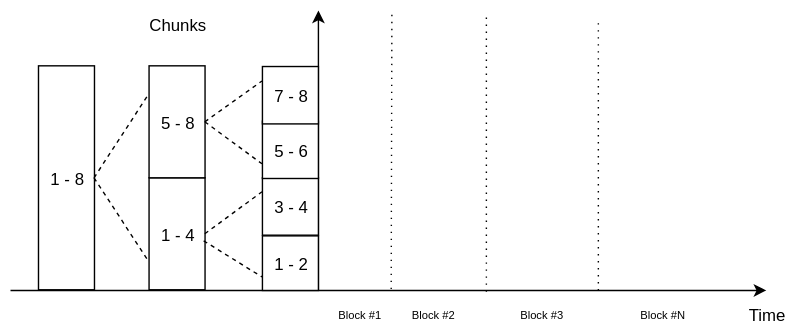
This is chunks-and-tree.svg from artall64/tmp-isao-images, a draw.io export, as it was before one commit. Source tidied: cells renumbered, new cells last; positions are measured from the earlier drawing's top-left corner, leaving out a move shared by most shapes.
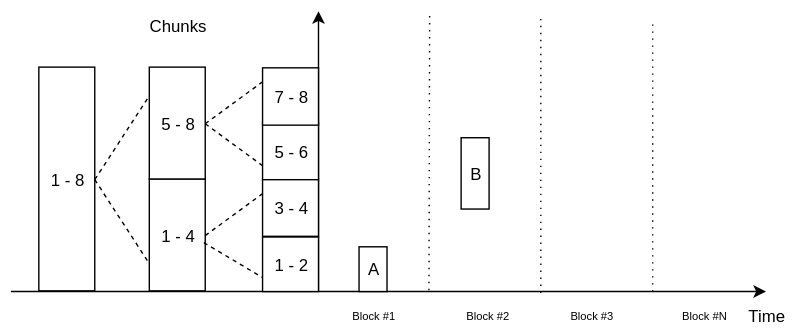
Later version of the same file.

Diff of the diagram source:
```diff
@@ -10,84 +10,90 @@
     </mxCell>
     <mxCell id="3" style="endArrow=classic;html=1;" parent="1" edge="1">
       <mxGeometry relative="1" as="geometry">
-        <mxPoint x="220" y="200" as="sourcePoint" />
-        <mxPoint x="220" as="targetPoint" />
+        <mxPoint x="220" y="199.5" as="sourcePoint" />
+        <mxPoint x="220" y="-0.5" as="targetPoint" />
       </mxGeometry>
     </mxCell>
+    <mxCell id="26" value="3 - 4" style="rounded=0;whiteSpace=wrap;html=1;fillColor=#ffffff;strokeColor=#000000;" parent="1" vertex="1">
+      <mxGeometry x="180" y="119.5" width="40" height="41" as="geometry" />
+    </mxCell>
+    <mxCell id="27" value="5 - 6" style="rounded=0;whiteSpace=wrap;html=1;fillColor=#ffffff;strokeColor=#000000;" parent="1" vertex="1">
+      <mxGeometry x="180" y="79" width="40" height="41" as="geometry" />
+    </mxCell>
+    <mxCell id="28" value="7 - 8" style="rounded=0;whiteSpace=wrap;html=1;" parent="1" vertex="1">
+      <mxGeometry x="180" y="40" width="40" height="41" as="geometry" />
+    </mxCell>
+    <mxCell id="8" value="1 - 4" style="rounded=0;whiteSpace=wrap;html=1;fillColor=#ffffff;strokeColor=#000000;" parent="1" vertex="1">
+      <mxGeometry x="99" y="119.5" width="40" height="80" as="geometry" />
+    </mxCell>
+    <mxCell id="9" value="5 - 8" style="rounded=0;whiteSpace=wrap;html=1;fillColor=#ffffff;strokeColor=#000000;" parent="1" vertex="1">
+      <mxGeometry x="99" y="39.5" width="40" height="80" as="geometry" />
+    </mxCell>
+    <mxCell id="10" value="1 - 8&lt;br&gt;" style="rounded=0;whiteSpace=wrap;html=1;fillColor=#ffffff;strokeColor=#000000;" parent="1" vertex="1">
+      <mxGeometry x="20" y="39.5" width="40" height="160" as="geometry" />
+    </mxCell>
+    <mxCell id="29" style="endArrow=none;html=1;strokeWidth=1;exitX=1;exitY=0.5;entryX=0;entryY=0.25;dashed=1;" parent="1" edge="1" source="9" target="28">
+      <mxGeometry relative="1" as="geometry" />
+    </mxCell>
+    <mxCell id="30" style="endArrow=none;html=1;strokeWidth=1;exitX=1;exitY=0.5;entryX=0;entryY=0.75;dashed=1;" parent="1" edge="1" source="9" target="27">
+      <mxGeometry relative="1" as="geometry" />
+    </mxCell>
+    <mxCell id="31" style="endArrow=none;html=1;strokeWidth=1;exitX=1;exitY=0.5;entryX=0;entryY=0.25;dashed=1;" parent="1" edge="1" source="8" target="26">
+      <mxGeometry relative="1" as="geometry" />
+    </mxCell>
+    <mxCell id="32" style="endArrow=none;html=1;strokeWidth=1;exitX=0.979;exitY=0.565;entryX=0;entryY=0.75;dashed=1;exitPerimeter=0;" parent="1" edge="1" source="8" target="36">
+      <mxGeometry relative="1" as="geometry" />
+    </mxCell>
+    <mxCell id="15" style="endArrow=none;html=1;strokeWidth=1;exitX=1;exitY=0.5;entryX=0;entryY=0.25;dashed=1;" parent="1" edge="1" source="10" target="9">
+      <mxGeometry relative="1" as="geometry" />
+    </mxCell>
+    <mxCell id="16" style="endArrow=none;html=1;strokeWidth=1;exitX=1;exitY=0.5;entryX=0;entryY=0.75;dashed=1;" parent="1" edge="1" source="10" target="8">
+      <mxGeometry relative="1" as="geometry" />
+    </mxCell>
+    <mxCell id="17" value="Chunks" style="text;html=1;strokeColor=none;fillColor=none;align=center;verticalAlign=middle;whiteSpace=wrap;rounded=0;" parent="1" vertex="1">
+      <mxGeometry x="99" width="40" height="20" as="geometry" />
+    </mxCell>
+    <mxCell id="33" style="endArrow=none;dashed=1;html=1;dashPattern=1 4;" parent="1" edge="1">
+      <mxGeometry relative="1" as="geometry">
+        <mxPoint x="299" y="199" as="sourcePoint" />
+        <mxPoint x="299.5" as="targetPoint" />
+      </mxGeometry>
+    </mxCell>
-    <mxCell id="4" value="1 - 2" style="rounded=0;whiteSpace=wrap;html=1;" parent="1" vertex="1">
-      <mxGeometry x="180" y="161" width="40" height="39" as="geometry" />
+    <mxCell id="4" style="endArrow=none;dashed=1;html=1;dashPattern=1 4;" parent="1" edge="1">
+      <mxGeometry relative="1" as="geometry">
+        <mxPoint x="379" y="201" as="sourcePoint" />
+        <mxPoint x="379" y="4" as="targetPoint" />
+      </mxGeometry>
     </mxCell>
-    <mxCell id="5" value="3 - 4" style="rounded=0;whiteSpace=wrap;html=1;fillColor=#ffffff;strokeColor=#000000;" parent="1" vertex="1">
-      <mxGeometry x="180" y="119.5" width="40" height="41" as="geometry" />
+    <mxCell id="5" value="Block #1&lt;br style=&quot;font-size: 8px;&quot;&gt;" style="text;html=1;strokeColor=none;fillColor=none;align=center;verticalAlign=middle;whiteSpace=wrap;rounded=0;fontSize=8;" parent="1" vertex="1">
+      <mxGeometry x="240" y="207" width="38" height="20" as="geometry" />
     </mxCell>
-    <mxCell id="6" value="5 - 6" style="rounded=0;whiteSpace=wrap;html=1;fillColor=#ffffff;strokeColor=#000000;" parent="1" vertex="1">
-      <mxGeometry x="180" y="79" width="40" height="41" as="geometry" />
+    <mxCell id="6" value="Block #2&lt;br style=&quot;font-size: 8px;&quot;&gt;" style="text;html=1;strokeColor=none;fillColor=none;align=center;verticalAlign=middle;whiteSpace=wrap;rounded=0;fontSize=8;" parent="1" vertex="1">
+      <mxGeometry x="322" y="207" width="39" height="20" as="geometry" />
     </mxCell>
-    <mxCell id="7" value="7 - 8" style="rounded=0;whiteSpace=wrap;html=1;" parent="1" vertex="1">
-      <mxGeometry x="180" y="40" width="40" height="41" as="geometry" />
+    <mxCell id="7" style="endArrow=none;dashed=1;html=1;dashPattern=1 4;" parent="1" edge="1">
+      <mxGeometry relative="1" as="geometry">
+        <mxPoint x="459" y="200" as="sourcePoint" />
+        <mxPoint x="459" y="5" as="targetPoint" />
+      </mxGeometry>
     </mxCell>
-    <mxCell id="8" value="1 - 4" style="rounded=0;whiteSpace=wrap;html=1;fillColor=#ffffff;strokeColor=#000000;" parent="1" vertex="1">
-      <mxGeometry x="99" y="119.5" width="40" height="80" as="geometry" />
-    </mxCell>
-    <mxCell id="9" value="5 - 8" style="rounded=0;whiteSpace=wrap;html=1;" parent="1" vertex="1">
-      <mxGeometry x="99" y="39.5" width="40" height="80" as="geometry" />
-    </mxCell>
-    <mxCell id="10" value="1 - 8&lt;br&gt;" style="rounded=0;whiteSpace=wrap;html=1;" parent="1" vertex="1">
-      <mxGeometry x="20" y="39.5" width="40" height="160" as="geometry" />
-    </mxCell>
-    <mxCell id="11" style="endArrow=none;html=1;strokeWidth=1;exitX=1;exitY=0.5;entryX=0;entryY=0.25;dashed=1;" parent="1" edge="1" source="9" target="7">
-      <mxGeometry relative="1" as="geometry" />
-    </mxCell>
-    <mxCell id="12" style="endArrow=none;html=1;strokeWidth=1;exitX=1;exitY=0.5;entryX=0;entryY=0.75;dashed=1;" parent="1" edge="1" source="9" target="6">
-      <mxGeometry relative="1" as="geometry" />
-    </mxCell>
-    <mxCell id="13" style="endArrow=none;html=1;strokeWidth=1;exitX=1;exitY=0.5;entryX=0;entryY=0.25;dashed=1;" parent="1" edge="1" source="8" target="5">
-      <mxGeometry relative="1" as="geometry" />
-    </mxCell>
-    <mxCell id="14" style="endArrow=none;html=1;strokeWidth=1;exitX=0.979;exitY=0.565;entryX=0;entryY=0.75;dashed=1;exitPerimeter=0;" parent="1" edge="1" source="8" target="4">
-      <mxGeometry relative="1" as="geometry" />
-    </mxCell>
-    <mxCell id="15" style="endArrow=none;html=1;strokeWidth=1;exitX=1;exitY=0.5;entryX=0;entryY=0.25;dashed=1;" parent="1" edge="1" source="10" target="9">
-      <mxGeometry relative="1" as="geometry" />
-    </mxCell>
-    <mxCell id="16" style="endArrow=none;html=1;strokeWidth=1;exitX=1;exitY=0.5;entryX=0;entryY=0.75;dashed=1;" parent="1" edge="1" source="10" target="8">
-      <mxGeometry relative="1" as="geometry" />
-    </mxCell>
-    <mxCell id="17" value="Chunks" style="text;html=1;strokeColor=none;fillColor=none;align=center;verticalAlign=middle;whiteSpace=wrap;rounded=0;" parent="1" vertex="1">
-      <mxGeometry x="99" width="40" height="20" as="geometry" />
-    </mxCell>
-    <mxCell id="18" style="endArrow=none;dashed=1;html=1;dashPattern=1 4;" parent="1" edge="1">
-      <mxGeometry relative="1" as="geometry">
-        <mxPoint x="272" y="199" as="sourcePoint" />
-        <mxPoint x="272.5" as="targetPoint" />
-      </mxGeometry>
-    </mxCell>
-    <mxCell id="19" style="endArrow=none;dashed=1;html=1;dashPattern=1 4;" parent="1" edge="1">
-      <mxGeometry relative="1" as="geometry">
-        <mxPoint x="340" y="201" as="sourcePoint" />
-        <mxPoint x="340" y="4" as="targetPoint" />
-      </mxGeometry>
-    </mxCell>
-    <mxCell id="20" value="Block #1&lt;br style=&quot;font-size: 8px;&quot;&gt;" style="text;html=1;strokeColor=none;fillColor=none;align=center;verticalAlign=middle;whiteSpace=wrap;rounded=0;fontSize=8;" parent="1" vertex="1">
-      <mxGeometry x="230" y="207" width="38" height="20" as="geometry" />
-    </mxCell>
-    <mxCell id="21" value="Block #2&lt;br style=&quot;font-size: 8px;&quot;&gt;" style="text;html=1;strokeColor=none;fillColor=none;align=center;verticalAlign=middle;whiteSpace=wrap;rounded=0;fontSize=8;" parent="1" vertex="1">
-      <mxGeometry x="283" y="207" width="39" height="20" as="geometry" />
-    </mxCell>
-    <mxCell id="22" style="endArrow=none;dashed=1;html=1;dashPattern=1 4;" parent="1" edge="1">
-      <mxGeometry relative="1" as="geometry">
-        <mxPoint x="420" y="200" as="sourcePoint" />
-        <mxPoint x="420" y="5" as="targetPoint" />
-      </mxGeometry>
-    </mxCell>
     <mxCell id="23" value="Block #3&lt;br style=&quot;font-size: 8px;&quot;&gt;" style="text;html=1;strokeColor=none;fillColor=none;align=center;verticalAlign=middle;whiteSpace=wrap;rounded=0;fontSize=8;" parent="1" vertex="1">
-      <mxGeometry x="353.5" y="207" width="50" height="20" as="geometry" />
+      <mxGeometry x="390" y="207" width="50" height="20" as="geometry" />
     </mxCell>
     <mxCell id="24" value="Block #N&lt;br style=&quot;font-size: 8px;&quot;&gt;" style="text;html=1;strokeColor=none;fillColor=none;align=center;verticalAlign=middle;whiteSpace=wrap;rounded=0;fontSize=8;" parent="1" vertex="1">
-      <mxGeometry x="440" y="207" width="53" height="20" as="geometry" />
+      <mxGeometry x="470" y="207" width="53" height="20" as="geometry" />
     </mxCell>
     <mxCell id="25" value="Time" style="text;html=1;strokeColor=none;fillColor=none;align=center;verticalAlign=middle;whiteSpace=wrap;rounded=0;" parent="1" vertex="1">
       <mxGeometry x="520" y="207" width="40" height="20" as="geometry" />
     </mxCell>
+    <mxCell id="34" value="B" style="rounded=0;whiteSpace=wrap;html=1;fillColor=#ffffff;strokeColor=#000000;" parent="1" vertex="1">
+      <mxGeometry x="322" y="90" width="20" height="51" as="geometry" />
+    </mxCell>
+    <mxCell id="35" value="A" style="rounded=0;whiteSpace=wrap;html=1;fillColor=#ffffff;strokeColor=#000000;" parent="1" vertex="1">
+      <mxGeometry x="249" y="168" width="20" height="32" as="geometry" />
+    </mxCell>
+    <mxCell id="36" value="1 - 2" style="rounded=0;whiteSpace=wrap;html=1;fillColor=#ffffff;strokeColor=#000000;" parent="1" vertex="1">
+      <mxGeometry x="180" y="161" width="40" height="39" as="geometry" />
+    </mxCell>
   </root>
 </mxGraphModel>
```
